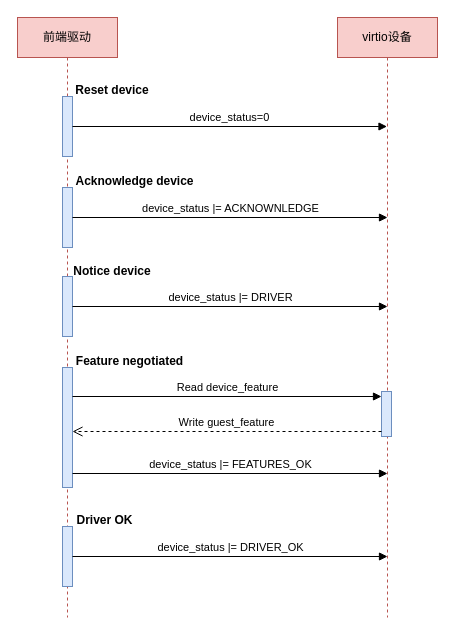
The draw.io diagram page "virtio设备初始化" (2 of 4) of virtio.drawio in Aspiresky/draw.io, before the edit. Source tidied: cells renumbered, new cells numbered last; positions are measured from the earlier drawing's top-left corner, leaving out a move shared by most shapes. Both pictures are drawn from the tidied source at 100%, with x=0, y=0 at pixel (17, 17).
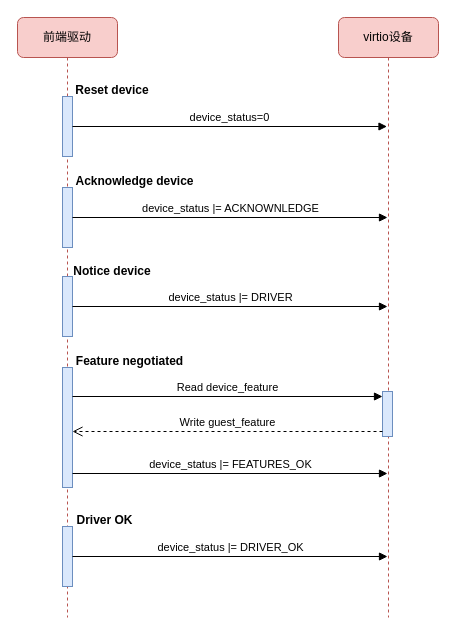
After the change.

The edit, as a diff of the source:
```diff
@@
-    <mxCell id="2" value="前端驱动" style="shape=umlLifeline;perimeter=lifelinePerimeter;whiteSpace=wrap;html=1;newEdgeStyle={&quot;curved&quot;:0,&quot;rounded&quot;:0};fillColor=#f8cecc;strokeColor=#b85450;" parent="1" vertex="1">
+    <mxCell id="2" value="前端驱动" style="shape=umlLifeline;perimeter=lifelinePerimeter;whiteSpace=wrap;html=1;newEdgeStyle={&quot;curved&quot;:0,&quot;rounded&quot;:0};fillColor=#f8cecc;strokeColor=#b85450;rounded=1;" parent="1" vertex="1">
       <mxGeometry width="100" height="600" as="geometry" />
     </mxCell>
@@
-    <mxCell id="4" value="virtio设备" style="shape=umlLifeline;perimeter=lifelinePerimeter;whiteSpace=wrap;html=1;newEdgeStyle={&quot;curved&quot;:0,&quot;rounded&quot;:0};fillColor=#f8cecc;strokeColor=#b85450;" parent="1" vertex="1">
-      <mxGeometry x="320" width="100" height="600" as="geometry" />
+    <mxCell id="4" value="virtio设备" style="shape=umlLifeline;perimeter=lifelinePerimeter;whiteSpace=wrap;html=1;newEdgeStyle={&quot;curved&quot;:0,&quot;rounded&quot;:0};fillColor=#f8cecc;strokeColor=#b85450;rounded=1;" parent="1" vertex="1">
+      <mxGeometry x="321" width="100" height="600" as="geometry" />
     </mxCell>
```
